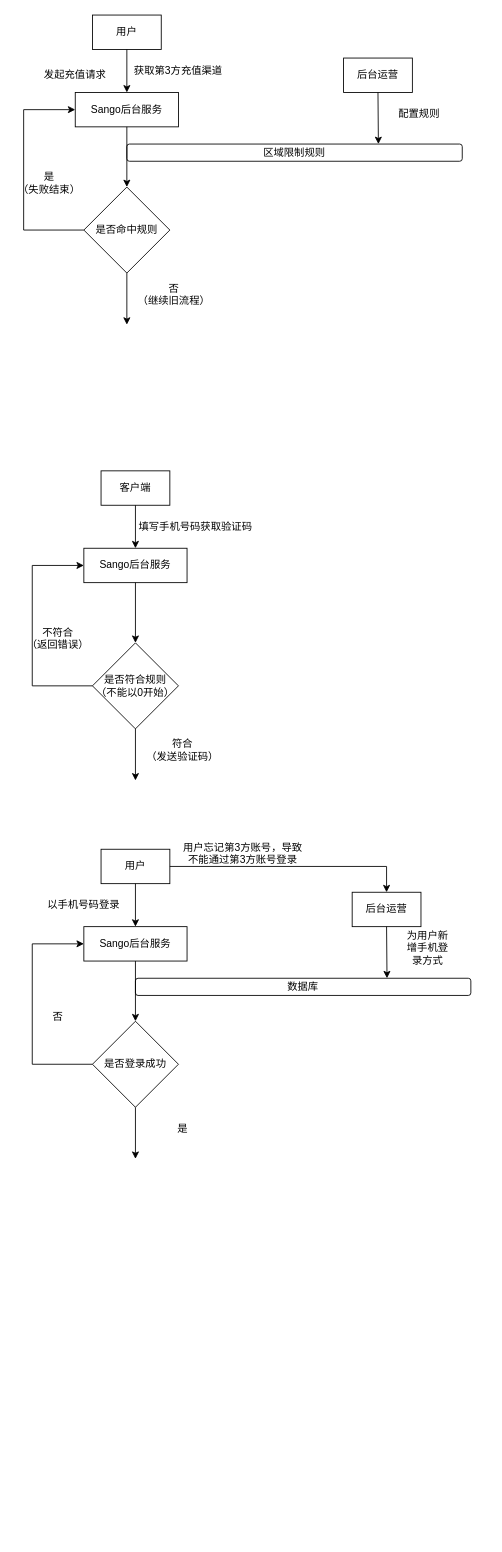
The draw.io diagram tmp.drawio in JianHao-Chen/mqjc, before the edit. Source tidied: cells renumbered, new cells numbered last; positions are measured from the earlier drawing's top-left corner, leaving out a move shared by most shapes. Both pictures are drawn from the tidied source at 86%, with x=0, y=0 at pixel (15, 15).
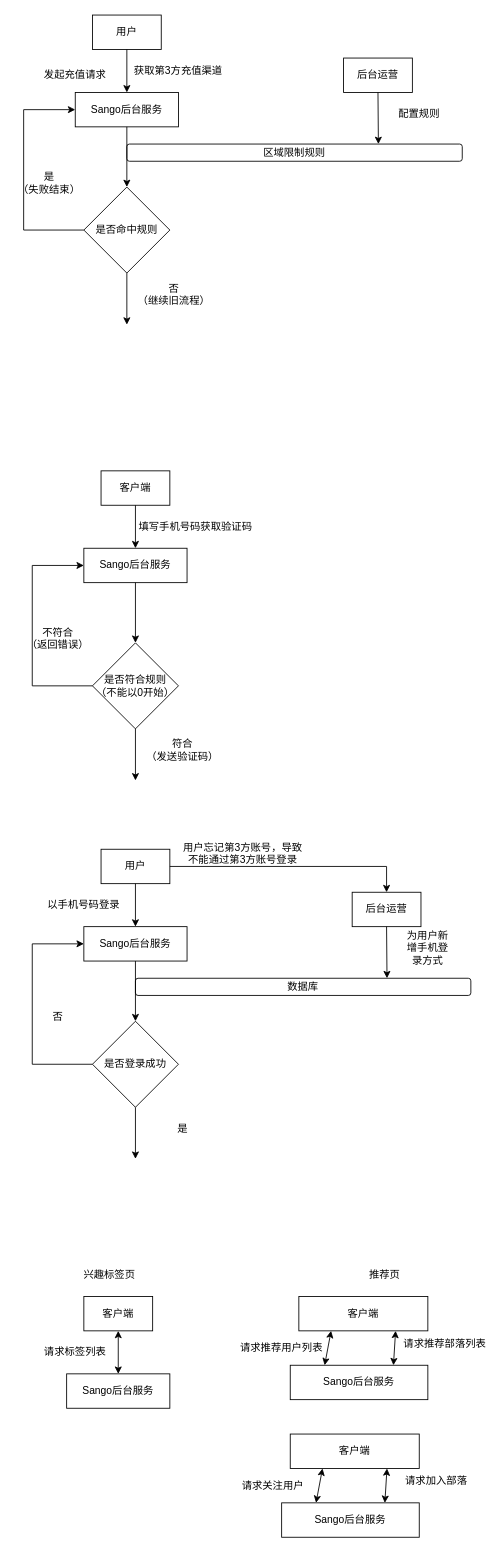
Above is the later version.

Diff of the diagram source:
```diff
@@
+    <mxCell id="43" value="客户端" style="rounded=0;whiteSpace=wrap;html=1;" parent="1" vertex="1">
+      <mxGeometry x="80" y="1490" width="80" height="40" as="geometry" />
+    </mxCell>
+    <mxCell id="44" value="Sango后台服务" style="rounded=0;whiteSpace=wrap;html=1;" parent="1" vertex="1">
+      <mxGeometry x="60" y="1580" width="120" height="40" as="geometry" />
+    </mxCell>
+    <mxCell id="45" value="兴趣标签页" style="text;html=1;strokeColor=none;fillColor=none;align=center;verticalAlign=middle;whiteSpace=wrap;rounded=0;" parent="1" vertex="1">
+      <mxGeometry x="40" y="1450" width="140" height="30" as="geometry" />
+    </mxCell>
+    <mxCell id="46" value="请求标签列表" style="text;html=1;strokeColor=none;fillColor=none;align=center;verticalAlign=middle;whiteSpace=wrap;rounded=0;" parent="1" vertex="1">
+      <mxGeometry x="25" y="1540" width="90" height="30" as="geometry" />
+    </mxCell>
+    <mxCell id="47" value="客户端" style="rounded=0;whiteSpace=wrap;html=1;" parent="1" vertex="1">
+      <mxGeometry x="330" y="1490" width="150" height="40" as="geometry" />
+    </mxCell>
+    <mxCell id="48" value="Sango后台服务" style="rounded=0;whiteSpace=wrap;html=1;" parent="1" vertex="1">
+      <mxGeometry x="320" y="1570" width="160" height="40" as="geometry" />
+    </mxCell>
+    <mxCell id="49" value="推荐页" style="text;html=1;strokeColor=none;fillColor=none;align=center;verticalAlign=middle;whiteSpace=wrap;rounded=0;" parent="1" vertex="1">
+      <mxGeometry x="360" y="1450" width="140" height="30" as="geometry" />
+    </mxCell>
+    <mxCell id="50" value="请求推荐用户列表" style="text;html=1;strokeColor=none;fillColor=none;align=center;verticalAlign=middle;whiteSpace=wrap;rounded=0;" parent="1" vertex="1">
+      <mxGeometry x="260" y="1534.5" width="100" height="30" as="geometry" />
+    </mxCell>
+    <mxCell id="51" style="endArrow=classic;startArrow=classic;html=1;rounded=0;entryX=0.5;entryY=1;entryDx=0;entryDy=0;exitX=0.5;exitY=0;exitDx=0;exitDy=0;" parent="1" edge="1" source="44" target="43">
+      <mxGeometry relative="1" as="geometry" />
+    </mxCell>
+    <mxCell id="52" style="endArrow=classic;startArrow=classic;html=1;rounded=0;entryX=0.25;entryY=1;entryDx=0;entryDy=0;exitX=0.25;exitY=0;exitDx=0;exitDy=0;" parent="1" edge="1" source="48" target="47">
+      <mxGeometry relative="1" as="geometry" />
+    </mxCell>
+    <mxCell id="53" style="endArrow=classic;startArrow=classic;html=1;rounded=0;entryX=0.75;entryY=1;entryDx=0;entryDy=0;exitX=0.75;exitY=0;exitDx=0;exitDy=0;" parent="1" edge="1" source="48" target="47">
+      <mxGeometry relative="1" as="geometry" />
+    </mxCell>
+    <mxCell id="54" value="请求推荐部落列表" style="text;html=1;strokeColor=none;fillColor=none;align=center;verticalAlign=middle;whiteSpace=wrap;rounded=0;" parent="1" vertex="1">
+      <mxGeometry x="450" y="1530" width="100" height="30" as="geometry" />
+    </mxCell>
+    <mxCell id="55" value="客户端" style="rounded=0;whiteSpace=wrap;html=1;" parent="1" vertex="1">
+      <mxGeometry x="320" y="1650" width="150" height="40" as="geometry" />
+    </mxCell>
+    <mxCell id="56" value="Sango后台服务" style="rounded=0;whiteSpace=wrap;html=1;" parent="1" vertex="1">
+      <mxGeometry x="310" y="1730" width="160" height="40" as="geometry" />
+    </mxCell>
+    <mxCell id="57" value="请求关注用户" style="text;html=1;strokeColor=none;fillColor=none;align=center;verticalAlign=middle;whiteSpace=wrap;rounded=0;" parent="1" vertex="1">
+      <mxGeometry x="250" y="1694.5" width="100" height="30" as="geometry" />
+    </mxCell>
+    <mxCell id="58" style="endArrow=classic;startArrow=classic;html=1;rounded=0;entryX=0.25;entryY=1;entryDx=0;entryDy=0;exitX=0.25;exitY=0;exitDx=0;exitDy=0;" parent="1" edge="1" source="56" target="55">
+      <mxGeometry relative="1" as="geometry" />
+    </mxCell>
+    <mxCell id="59" style="endArrow=classic;startArrow=classic;html=1;rounded=0;entryX=0.75;entryY=1;entryDx=0;entryDy=0;exitX=0.75;exitY=0;exitDx=0;exitDy=0;" parent="1" edge="1" source="56" target="55">
+      <mxGeometry relative="1" as="geometry" />
+    </mxCell>
+    <mxCell id="60" value="请求加入部落" style="text;html=1;strokeColor=none;fillColor=none;align=center;verticalAlign=middle;whiteSpace=wrap;rounded=0;" parent="1" vertex="1">
+      <mxGeometry x="440" y="1690" width="100" height="30" as="geometry" />
+    </mxCell>
```
